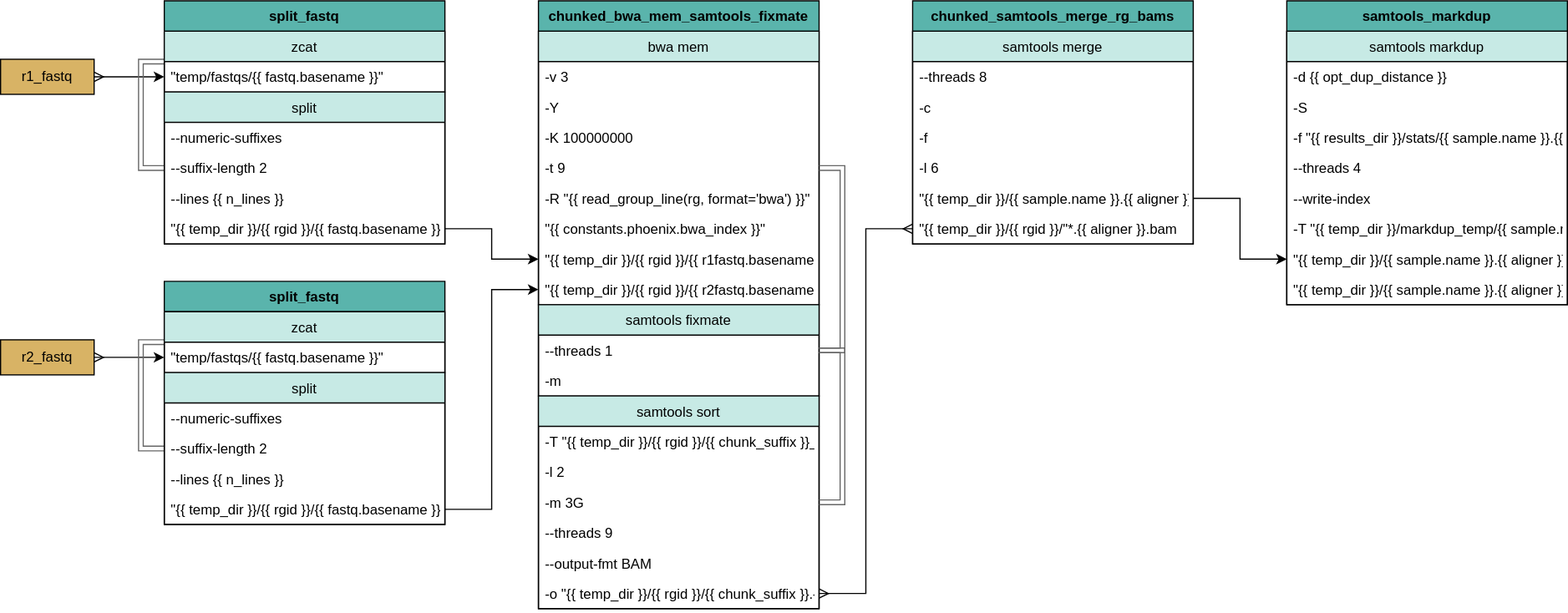
bryce-turner/tgen-jetstream-docs keeps this draw.io diagram as docs/source/phoenix/workflows/alignment/Alignment_bwa_mem_samtools.svg. Above is the earlier version. Source tidied: cells renumbered, new cells last; positions are measured from the earlier drawing's top-left corner, leaving out a move shared by most shapes.
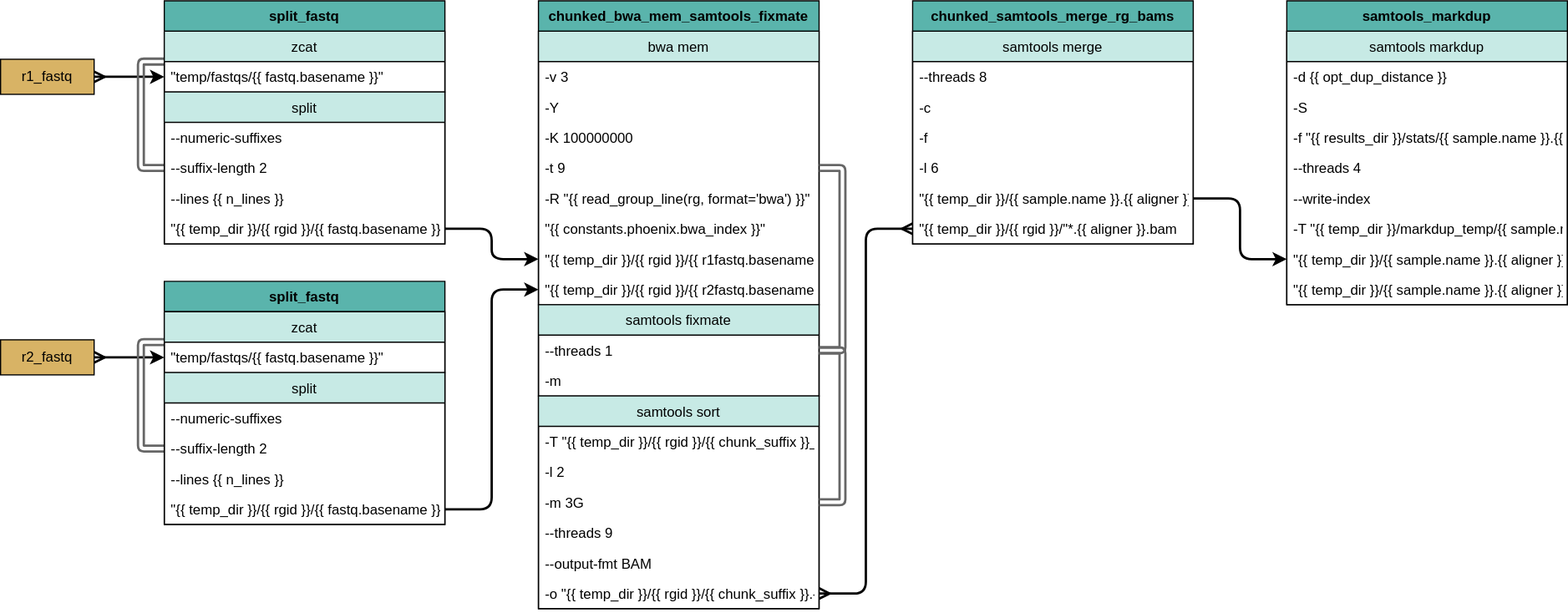
After the commit.

What changed in the source:
```diff
@@ -2,7 +2,7 @@
   <root>
     <mxCell id="0" />
     <mxCell id="1" parent="0" />
-    <mxCell id="2" style="edgeStyle=orthogonalEdgeStyle;rounded=0;jettySize=auto;html=1;exitX=1;exitY=0.5;exitDx=0;exitDy=0;entryX=0;entryY=0.5;entryDx=0;entryDy=0;endArrow=classic;endFill=1;strokeColor=#000000;startArrow=ERmany;startFill=0;" parent="1" edge="1" source="3" target="7">
+    <mxCell id="2" style="edgeStyle=orthogonalEdgeStyle;rounded=1;jettySize=auto;html=1;exitX=1;exitY=0.5;exitDx=0;exitDy=0;entryX=0;entryY=0.5;entryDx=0;entryDy=0;endArrow=classic;endFill=1;strokeColor=#000000;startArrow=ERmany;startFill=0;strokeWidth=2;" parent="1" edge="1" source="3" target="7">
       <mxGeometry relative="1" as="geometry" />
     </mxCell>
     <mxCell id="3" value="r1_fastq" style="whiteSpace=wrap;html=1;fillColor=#d8b365;" parent="1" vertex="1">
@@ -11,7 +11,7 @@
     <mxCell id="4" value="split_fastq" style="swimlane;fontStyle=1;horizontal=1;startSize=26;fillColor=#5ab4ac;direction=east;" parent="1" vertex="1">
       <mxGeometry x="140" width="240" height="208" as="geometry" />
     </mxCell>
-    <mxCell id="5" style="edgeStyle=orthogonalEdgeStyle;rounded=0;jettySize=auto;html=1;exitX=0;exitY=0.5;exitDx=0;exitDy=0;entryX=0;entryY=0.5;entryDx=0;entryDy=0;endArrow=none;endFill=0;shape=link;strokeColor=#666666;" parent="4" edge="1" source="6" target="10">
+    <mxCell id="5" style="edgeStyle=orthogonalEdgeStyle;rounded=1;jettySize=auto;html=1;exitX=0;exitY=0.5;exitDx=0;exitDy=0;entryX=0;entryY=0.5;entryDx=0;entryDy=0;endArrow=none;endFill=0;shape=link;strokeColor=#666666;strokeWidth=2;" parent="4" edge="1" source="6" target="10">
       <mxGeometry relative="1" as="geometry" />
     </mxCell>
     <mxCell id="6" value="zcat" style="swimlane;fontStyle=0;horizontal=1;startSize=26;fillColor=#c7eae5;" parent="4" vertex="1">
@@ -95,13 +95,13 @@
     <mxCell id="32" value="-o &quot;{{ temp_dir }}/{{ rgid }}/{{ chunk_suffix }}.{{ aligner }}.bam&quot;" style="text;strokeColor=none;fillColor=none;align=left;verticalAlign=top;spacingLeft=4;spacingRight=4;overflow=hidden;points=[[0,0.5],[1,0.5]];portConstraint=eastwest;" parent="26" vertex="1">
       <mxGeometry y="156" width="240" height="26" as="geometry" />
     </mxCell>
-    <mxCell id="33" style="edgeStyle=orthogonalEdgeStyle;rounded=0;jettySize=auto;html=1;exitX=1;exitY=0.5;exitDx=0;exitDy=0;entryX=1;entryY=0.5;entryDx=0;entryDy=0;endArrow=classic;endFill=1;strokeColor=#666666;shape=link;" parent="13" edge="1" source="18" target="24">
+    <mxCell id="33" style="edgeStyle=orthogonalEdgeStyle;rounded=1;jettySize=auto;html=1;exitX=1;exitY=0.5;exitDx=0;exitDy=0;entryX=1;entryY=0.5;entryDx=0;entryDy=0;endArrow=classic;endFill=1;strokeColor=#666666;shape=link;strokeWidth=2;" parent="13" edge="1" source="18" target="24">
       <mxGeometry relative="1" as="geometry" />
     </mxCell>
-    <mxCell id="34" style="edgeStyle=orthogonalEdgeStyle;shape=link;rounded=0;jettySize=auto;html=1;exitX=1;exitY=0.5;exitDx=0;exitDy=0;entryX=1;entryY=0.5;entryDx=0;entryDy=0;endArrow=classic;endFill=1;strokeColor=#666666;" parent="13" edge="1" source="24" target="29">
+    <mxCell id="34" style="edgeStyle=orthogonalEdgeStyle;shape=link;rounded=1;jettySize=auto;html=1;exitX=1;exitY=0.5;exitDx=0;exitDy=0;entryX=1;entryY=0.5;entryDx=0;entryDy=0;endArrow=classic;endFill=1;strokeColor=#666666;strokeWidth=2;" parent="13" edge="1" source="24" target="29">
       <mxGeometry relative="1" as="geometry" />
     </mxCell>
-    <mxCell id="35" style="edgeStyle=orthogonalEdgeStyle;rounded=0;jettySize=auto;html=1;exitX=1;exitY=0.5;exitDx=0;exitDy=0;entryX=0;entryY=0.5;entryDx=0;entryDy=0;endArrow=classic;endFill=1;strokeColor=#000000;startArrow=ERmany;startFill=0;" parent="1" edge="1" source="36" target="59">
+    <mxCell id="35" style="edgeStyle=orthogonalEdgeStyle;rounded=1;jettySize=auto;html=1;exitX=1;exitY=0.5;exitDx=0;exitDy=0;entryX=0;entryY=0.5;entryDx=0;entryDy=0;endArrow=classic;endFill=1;strokeColor=#000000;startArrow=ERmany;startFill=0;strokeWidth=2;" parent="1" edge="1" source="36" target="59">
       <mxGeometry relative="1" as="geometry" />
     </mxCell>
     <mxCell id="36" value="r2_fastq" style="whiteSpace=wrap;html=1;fillColor=#d8b365;" parent="1" vertex="1">
@@ -161,13 +161,13 @@
     <mxCell id="54" value="&quot;{{ temp_dir }}/{{ sample.name }}.{{ aligner }}.md.bam&quot;" style="text;strokeColor=none;fillColor=none;align=left;verticalAlign=top;spacingLeft=4;spacingRight=4;overflow=hidden;" parent="46" vertex="1">
       <mxGeometry y="208" width="240" height="26" as="geometry" />
     </mxCell>
-    <mxCell id="55" style="edgeStyle=orthogonalEdgeStyle;rounded=0;jettySize=auto;html=1;exitX=1;exitY=0.5;exitDx=0;exitDy=0;entryX=0;entryY=0.5;entryDx=0;entryDy=0;endArrow=classic;endFill=1;strokeColor=#000000;" parent="1" edge="1" source="12" target="21">
+    <mxCell id="55" style="edgeStyle=orthogonalEdgeStyle;rounded=1;jettySize=auto;html=1;exitX=1;exitY=0.5;exitDx=0;exitDy=0;entryX=0;entryY=0.5;entryDx=0;entryDy=0;endArrow=classic;endFill=1;strokeColor=#000000;strokeWidth=2;" parent="1" edge="1" source="12" target="21">
       <mxGeometry relative="1" as="geometry" />
     </mxCell>
     <mxCell id="56" value="split_fastq" style="swimlane;fontStyle=1;horizontal=1;startSize=26;fillColor=#5ab4ac;direction=east;" parent="1" vertex="1">
       <mxGeometry x="140" y="240" width="240" height="208" as="geometry" />
     </mxCell>
-    <mxCell id="57" style="edgeStyle=orthogonalEdgeStyle;rounded=0;jettySize=auto;html=1;exitX=0;exitY=0.5;exitDx=0;exitDy=0;entryX=0;entryY=0.5;entryDx=0;entryDy=0;endArrow=none;endFill=0;shape=link;strokeColor=#666666;" parent="56" edge="1" source="58" target="62">
+    <mxCell id="57" style="edgeStyle=orthogonalEdgeStyle;rounded=1;jettySize=auto;html=1;exitX=0;exitY=0.5;exitDx=0;exitDy=0;entryX=0;entryY=0.5;entryDx=0;entryDy=0;endArrow=none;endFill=0;shape=link;strokeColor=#666666;strokeWidth=2;" parent="56" edge="1" source="58" target="62">
       <mxGeometry relative="1" as="geometry" />
     </mxCell>
     <mxCell id="58" value="zcat" style="swimlane;fontStyle=0;horizontal=1;startSize=26;fillColor=#c7eae5;" parent="56" vertex="1">
@@ -191,13 +191,13 @@
     <mxCell id="64" value="&quot;{{ temp_dir }}/{{ rgid }}/{{ fastq.basename }}/&quot;" style="text;strokeColor=none;fillColor=none;align=left;verticalAlign=top;spacingLeft=4;spacingRight=4;overflow=hidden;points=[[0,0.5],[1,0.5]];portConstraint=eastwest;" parent="60" vertex="1">
       <mxGeometry y="104" width="240" height="26" as="geometry" />
     </mxCell>
-    <mxCell id="65" style="edgeStyle=orthogonalEdgeStyle;rounded=0;jettySize=auto;html=1;exitX=1;exitY=0.5;exitDx=0;exitDy=0;entryX=0;entryY=0.5;entryDx=0;entryDy=0;endArrow=classic;endFill=1;strokeColor=#000000;" parent="1" edge="1" source="64" target="22">
+    <mxCell id="65" style="edgeStyle=orthogonalEdgeStyle;rounded=1;jettySize=auto;html=1;exitX=1;exitY=0.5;exitDx=0;exitDy=0;entryX=0;entryY=0.5;entryDx=0;entryDy=0;endArrow=classic;endFill=1;strokeColor=#000000;strokeWidth=2;" parent="1" edge="1" source="64" target="22">
       <mxGeometry relative="1" as="geometry" />
     </mxCell>
-    <mxCell id="66" style="edgeStyle=orthogonalEdgeStyle;rounded=0;jettySize=auto;html=1;exitX=1;exitY=0.5;exitDx=0;exitDy=0;endArrow=ERmany;endFill=0;strokeColor=#000000;entryX=0;entryY=0.5;entryDx=0;entryDy=0;startArrow=ERmany;startFill=0;" parent="1" edge="1" source="32" target="44">
+    <mxCell id="66" style="edgeStyle=orthogonalEdgeStyle;rounded=1;jettySize=auto;html=1;exitX=1;exitY=0.5;exitDx=0;exitDy=0;endArrow=ERmany;endFill=0;strokeColor=#000000;entryX=0;entryY=0.5;entryDx=0;entryDy=0;startArrow=ERmany;startFill=0;strokeWidth=2;" parent="1" edge="1" source="32" target="44">
       <mxGeometry relative="1" as="geometry" />
     </mxCell>
-    <mxCell id="67" style="edgeStyle=orthogonalEdgeStyle;rounded=0;jettySize=auto;html=1;exitX=1;exitY=0.5;exitDx=0;exitDy=0;entryX=0;entryY=0.5;entryDx=0;entryDy=0;startArrow=none;startFill=0;endArrow=classic;endFill=1;strokeColor=#000000;" parent="1" edge="1" source="43" target="53">
+    <mxCell id="67" style="edgeStyle=orthogonalEdgeStyle;rounded=1;jettySize=auto;html=1;exitX=1;exitY=0.5;exitDx=0;exitDy=0;entryX=0;entryY=0.5;entryDx=0;entryDy=0;startArrow=none;startFill=0;endArrow=classic;endFill=1;strokeColor=#000000;strokeWidth=2;" parent="1" edge="1" source="43" target="53">
       <mxGeometry relative="1" as="geometry" />
     </mxCell>
   </root>
```
